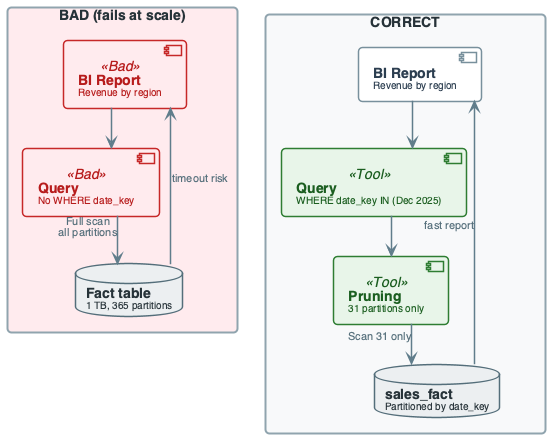
The PlantUML diagram diagrams/week05/week5_lecture_bad_architecture.png in OrPerets/data-engineering-course, before a commit. Source of this version:
```plantuml
@startuml

top to bottom direction
skinparam linetype ortho
skinparam shadowing false
skinparam roundcorner 8
skinparam handwritten false
skinparam nodesep 60
skinparam ranksep 40

skinparam defaultFontName "Segoe UI, Helvetica, sans-serif"
skinparam defaultFontSize 16
skinparam defaultFontColor #2C3E50

skinparam rectangle {
    BackgroundColor #F8F9FA
    BorderColor #90A4AE
    BorderThickness 2
    FontColor #263238
    FontSize 14
    FontStyle bold
    Padding 20
}

skinparam component {
    BackgroundColor #FFFFFF
    BorderColor #78909C
    BorderThickness 1.5
    FontSize 14
    Padding 12
}

skinparam database {
    BackgroundColor #ECEFF1
    BorderColor #546E7A
    BorderThickness 1.5
    FontSize 14
    FontColor #263238
}

skinparam arrow {
    Color #607D8B
    Thickness 1.5
    FontSize 11
    FontColor #546E7A
}

skinparam component<<UI>> {
    BorderColor #8E24AA
    BackgroundColor #F3E5F5
    FontColor #4A148C
}

skinparam component<<Agent>> {
    BorderColor #0288D1
    BackgroundColor #E1F5FE
    FontColor #01579B
}

skinparam component<<Tool>> {
    BorderColor #2E7D32
    BackgroundColor #E8F5E9
    FontColor #1B5E20
}

skinparam component<<Config>> {
    BorderColor #F57C00
    BackgroundColor #FFF3E0
    FontColor #E65100
}

skinparam component<<Bad>> {
    BorderColor #C62828
    BackgroundColor #FFEBEE
    FontColor #B71C1C
}

skinparam component<<V1>> {
    BorderColor #F57C00
    BackgroundColor #FFF3E0
    FontColor #E65100
}

skinparam component<<V2>> {
    BorderColor #2E7D32
    BackgroundColor #E8F5E9
    FontColor #1B5E20
}

skinparam component<<up>> {
    BackgroundColor #E8F5E9
    BorderColor #2E7D32
}

skinparam component<<down>> {
    BackgroundColor #FFEBEE
    BorderColor #C62828
}

skinparam database<<up>> {
    BackgroundColor #E8F5E9
    BorderColor #2E7D32
}

skinparam database<<down>> {
    BackgroundColor #FFEBEE
    BorderColor #C62828
}

skinparam component<<success>> {
    BackgroundColor #E8F5E9
    BorderColor #2E7D32
}

skinparam component<<failure>> {
    BackgroundColor #FFEBEE
    BorderColor #C62828
}


rectangle "BAD (fails at scale)" #FFEBEE {
    component "**BI Report**\n<size:10>Revenue by region</size>" as BI_BAD <<Bad>>
    component "**Query**\n<size:10>No WHERE date_key</size>" as Q_BAD <<Bad>>
    database "**Fact table**\n<size:10>1 TB, 365 partitions</size>" as FACT_BAD
}
BI_BAD --> Q_BAD
Q_BAD --> FACT_BAD : "Full scan\nall partitions"

rectangle "CORRECT" #F8F9FA {
    component "**BI Report**\n<size:10>Revenue by region</size>" as BI_OK
    component "**Query**\n<size:10>WHERE date_key IN (Dec 2025)</size>" as Q_OK <<Tool>>
    component "**Pruning**\n<size:10>31 partitions only</size>" as PRUNE <<Tool>>
    database "**sales_fact**\n<size:10>Partitioned by date_key</size>" as FACT_OK
}
BI_OK --> Q_OK
Q_OK --> PRUNE
PRUNE --> FACT_OK : "Scan 31 only"
FACT_BAD --> BI_BAD : "timeout risk"
FACT_OK --> BI_OK : "fast report"

@enduml
```
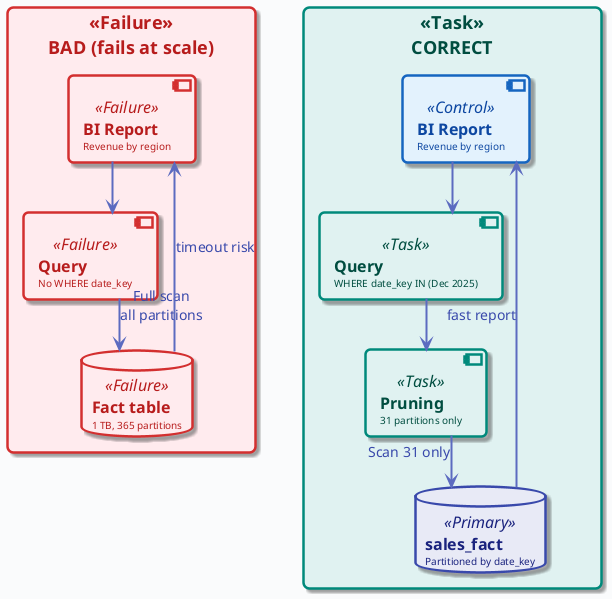
The same file after the commit.

Change to the diagram source:
```diff
@@ -1,136 +1,22 @@
 @startuml
 
+!include ../_template_styles.puml
+
 top to bottom direction
-skinparam linetype ortho
-skinparam shadowing false
-skinparam roundcorner 8
-skinparam handwritten false
-skinparam nodesep 60
-skinparam ranksep 40
 
-skinparam defaultFontName "Segoe UI, Helvetica, sans-serif"
-skinparam defaultFontSize 16
-skinparam defaultFontColor #2C3E50
-
-skinparam rectangle {
-    BackgroundColor #F8F9FA
-    BorderColor #90A4AE
-    BorderThickness 2
-    FontColor #263238
-    FontSize 14
-    FontStyle bold
-    Padding 20
-}
-
-skinparam component {
-    BackgroundColor #FFFFFF
-    BorderColor #78909C
-    BorderThickness 1.5
-    FontSize 14
-    Padding 12
-}
-
-skinparam database {
-    BackgroundColor #ECEFF1
-    BorderColor #546E7A
-    BorderThickness 1.5
-    FontSize 14
-    FontColor #263238
-}
-
-skinparam arrow {
-    Color #607D8B
-    Thickness 1.5
-    FontSize 11
-    FontColor #546E7A
-}
-
-skinparam component<<UI>> {
-    BorderColor #8E24AA
-    BackgroundColor #F3E5F5
-    FontColor #4A148C
-}
-
-skinparam component<<Agent>> {
-    BorderColor #0288D1
-    BackgroundColor #E1F5FE
-    FontColor #01579B
-}
-
-skinparam component<<Tool>> {
-    BorderColor #2E7D32
-    BackgroundColor #E8F5E9
-    FontColor #1B5E20
-}
-
-skinparam component<<Config>> {
-    BorderColor #F57C00
-    BackgroundColor #FFF3E0
-    FontColor #E65100
-}
-
-skinparam component<<Bad>> {
-    BorderColor #C62828
-    BackgroundColor #FFEBEE
-    FontColor #B71C1C
-}
-
-skinparam component<<V1>> {
-    BorderColor #F57C00
-    BackgroundColor #FFF3E0
-    FontColor #E65100
-}
-
-skinparam component<<V2>> {
-    BorderColor #2E7D32
-    BackgroundColor #E8F5E9
-    FontColor #1B5E20
-}
-
-skinparam component<<up>> {
-    BackgroundColor #E8F5E9
-    BorderColor #2E7D32
-}
-
-skinparam component<<down>> {
-    BackgroundColor #FFEBEE
-    BorderColor #C62828
-}
-
-skinparam database<<up>> {
-    BackgroundColor #E8F5E9
-    BorderColor #2E7D32
-}
-
-skinparam database<<down>> {
-    BackgroundColor #FFEBEE
-    BorderColor #C62828
-}
-
-skinparam component<<success>> {
-    BackgroundColor #E8F5E9
-    BorderColor #2E7D32
-}
-
-skinparam component<<failure>> {
-    BackgroundColor #FFEBEE
-    BorderColor #C62828
-}
-
-
-rectangle "BAD (fails at scale)" #FFEBEE {
-    component "**BI Report**\n<size:10>Revenue by region</size>" as BI_BAD <<Bad>>
-    component "**Query**\n<size:10>No WHERE date_key</size>" as Q_BAD <<Bad>>
-    database "**Fact table**\n<size:10>1 TB, 365 partitions</size>" as FACT_BAD
+rectangle "BAD (fails at scale)" <<Failure>> {
+    component "**BI Report**\n<size:10>Revenue by region</size>" as BI_BAD <<Failure>>
+    component "**Query**\n<size:10>No WHERE date_key</size>" as Q_BAD <<Failure>>
+    database "**Fact table**\n<size:10>1 TB, 365 partitions</size>" as FACT_BAD <<Failure>>
 }
 BI_BAD --> Q_BAD
 Q_BAD --> FACT_BAD : "Full scan\nall partitions"
 
-rectangle "CORRECT" #F8F9FA {
-    component "**BI Report**\n<size:10>Revenue by region</size>" as BI_OK
-    component "**Query**\n<size:10>WHERE date_key IN (Dec 2025)</size>" as Q_OK <<Tool>>
-    component "**Pruning**\n<size:10>31 partitions only</size>" as PRUNE <<Tool>>
-    database "**sales_fact**\n<size:10>Partitioned by date_key</size>" as FACT_OK
+rectangle "CORRECT" <<Task>> {
+    component "**BI Report**\n<size:10>Revenue by region</size>" as BI_OK <<Control>>
+    component "**Query**\n<size:10>WHERE date_key IN (Dec 2025)</size>" as Q_OK <<Task>>
+    component "**Pruning**\n<size:10>31 partitions only</size>" as PRUNE <<Task>>
+    database "**sales_fact**\n<size:10>Partitioned by date_key</size>" as FACT_OK <<Primary>>
 }
 BI_OK --> Q_OK
 Q_OK --> PRUNE
```
